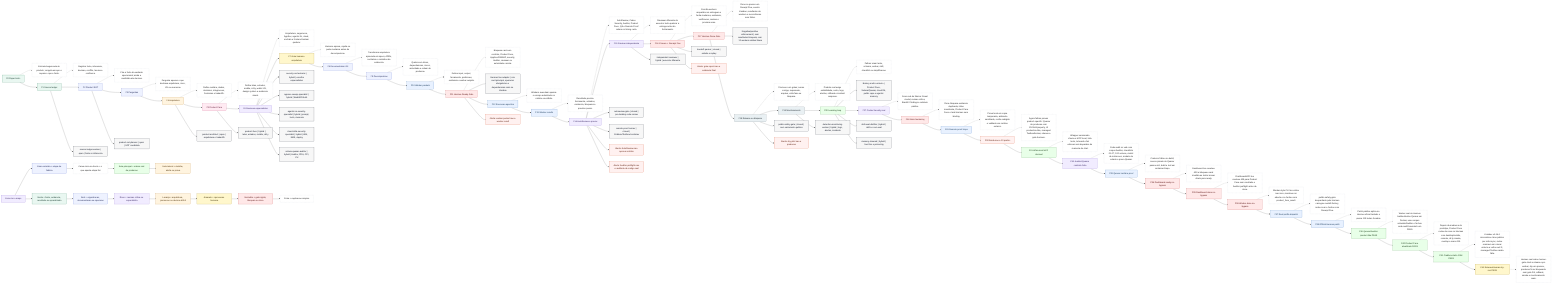
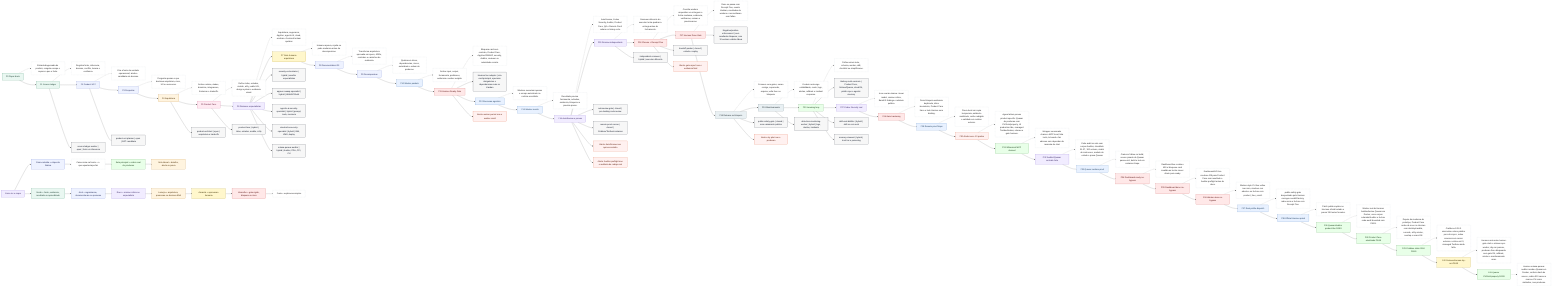
flowchart LR
  F0["F0 Paper bruto"]:::source
  F0D["Entrada baguncada do produto; congela escopo e separa o que e fonte."]:::desc
  F0 -.-> F0D
  F0 --> F1

  F1["F1 Source ledger"]:::source
  F1D["Registra fonte, inferencia, decisao, conflito, lacuna e confianca."]:::desc
  F1 -.-> F1D
  F1 --> F2

  F2["F2 Product SOT"]:::planning
  F2D["Cria a fonte da verdade operacional; ainda e candidata ate decisao."]:::desc
  F2 -.-> F2D
  F2 --> F3

  F3["F3 Perguntas"]:::planning
  F3D["Pergunta apenas o que destrava arquitetura, risco, UX ou execucao."]:::desc
  F3 -.-> F3D
  F3 --> F4

  F4["F4 Arquitetura"]:::architecture
  F4D["Define runtime, dados, dominios, integracoes, fronteiras e tradeoffs."]:::desc
  F4 -.-> F4D
  F4 --> F5

  F5["F5 Product Face"]:::face
  F5D["Define telas, estados, mobile, a11y, wallet UX, design system e evidencia visual."]:::desc
  F5 -.-> F5D
  F5 --> F6

  F6["F6 Revisoes especialistas"]:::review
  F6D["Arquitetura, seguranca, AppSec, agentic AI, cloud, onchain e frontend tentam quebrar."]:::desc
  F6 -.-> F6D
  F6 --> F7

  F7["F7 Gate humano arquitetura"]:::human
  F7D["Humano aprova, rejeita ou pede mudanca antes da decomposicao."]:::desc
  F7 -.-> F7D
  F7 --> F8

  F8["F8 Documentation OS"]:::planning
  F8D["Transforma arquitetura aprovada em specs, ADRs, contratos e caminhos de evidencia."]:::desc
  F8 -.-> F8D
  F8 --> F9

  F9["F9 Decomposicao"]:::planning
  F9D["Quebra em slices, dependencias, riscos, autoridade e ordem de producao."]:::desc
  F9 -.-> F9D
  F9 --> F10

  F10["F10 Worker packets"]:::execution
  F10D["Define input, output, ferramenta, proibicoes, evidencia e worker exigido."]:::desc
  F10 -.-> F10D
  F10 --> F11

  F11["F11 Hermes Ready Gate"]:::gate
  F11D["Bloqueia card sem contrato, Product Face, AppSec/OWASP, security, Auditor, reviewer ou autoridade correta."]:::desc
  F11 -.-> F11D
  F11 --> H1["Hermes live adapter | cria card principal, operarios obrigatorios e dependencias reais no Kanban"]:::worker
  F11 --> F12

  F12["F12 Execucao agentica"]:::execution
  F12D["Workers executam apenas o escopo autorizado no runtime escolhido."]:::desc
  F12 -.-> F12D
  F12 --> F13

  F13["F13 Worker results"]:::execution
  F13D["Resultado precisa ferramenta, achados, evidencia, bloqueios e proximo passo."]:::desc
  F13 -.-> F13D
  F13 --> F14

  F14["F14 AutoReview e provas"]:::review
  F14D["AutoReview, Codex Security, Auditor, Product Face, QA e Remote Proof rodam no timing certo."]:::desc
  F14 -.-> F14D
  F14 --> F15

  F15["F15 Revisao independente"]:::review
  F15D["Reviewer diferente do executor tenta quebrar a entrega antes do fechamento."]:::desc
  F15 -.-> F15D
  F15 --> F16

  F16["F16 Closure + Receipt Five"]:::gate
  F16D["Concilia workers requeridos vs entregues e fecha mudanca, evidencia, verificacao, revisao e proxima acao."]:::desc
  F16 -.-> F16D
  F16 --> F17

  F17["F17 Hermes Done Gate"]:::gate
  F17D["Done so passa com Receipt Five, evento Kanban, resultados de workers e reconciliacao sem faltas."]:::desc
  F17 -.-> F17D
  F17 --> H2["Negative/positive enforcement | sem resultados bloqueia; com 12 workers validos libera"]:::worker
  F17 --> F18

  F18["F18 Release ou bloqueio"]:::release
  F18D["Promove com gates; senao corrige, supersede, arquiva, volta fase ou bloqueia."]:::desc
  F18 -.-> F18D
  F18 --> F19

  F19["F19 Monitoramento"]:::release
  F19D["Produto real exige estabilidade, custo, logs, alertas, rollback e incident response."]:::desc
  F19 -.-> F19D
  F19 --> F20

  F20["F20 Learning loop"]:::learning
  F20D["Falhas viram teste, schema, worker, skill, checklist ou simplificacao."]:::desc
  F20 -.-> F20D
  F20 --> H3["Battery multi-contexto | Product Face, Solana/Quasar, cloud R4, public repo e agentic memory"]:::worker
  F20 --> F27

  F27["F27 Codex Security real"]:::review
  F27D["Scan real da fabrica: threat model, revisao critica, Bandit 0 findings e relatorio publico."]:::desc
  F27 -.-> F27D
  F27 --> F28

  F28["F28 Gate hardening"]:::gate
  F28D["Done bloqueia evidencia duplicada, inline inexistente, Product Face fraco e task Hermes sem binding."]:::desc
  F28 -.-> F28D
  F28 --> F29

  F29["F29 Remote proof limpo"]:::execution
  F29D["Prova local em copia temporaria, ambiente sanitizado, recibo redigido e validado em runtime externo."]:::desc
  F29 -.-> F29D
  F29 --> F30

  F30["F30 Ainda nao e 10 pratico"]:::alert
  F30D["Agora faltam provas product-specific: Quasar de producao com CU/fuzz/property, UI production-like, managed Testbox/broker, release e gate humano."]:::desc
  F30 -.-> F30D
  F30 --> F31

  F31["F31 Whimsical MCP duravel"]:::learning
  F31D["Wrapper versionado chama o MCP local, lista tools, le board e faz edicoes sem depender da memoria do chat."]:::desc
  F31 -.-> F31D
  F31 --> F32

  F32["F32 Auditor/Quasar contrato forte"]:::review
  F32D["Code audit so vale com corpus Auditor, checklists 01-07, 100 vetores, matriz de instrucoes, modelo de estado e prova Quasar."]:::desc
  F32 -.-> F32D
  F32 --> F33

  F33["F33 Quasar runtime proof"]:::execution
  F33D["Crates.io falhou no build; source pinado do Quasar passou init, build e test em container limpo."]:::desc
  F33 -.-> F33D
  F33 --> F34

  F34["F34 Dashboard ready no-bypass"]:::gate
  F34D["Dashboard live recebeu 409 e bloqueou card invalida ao tentar mover direto para ready."]:::desc
  F34 -.-> F34D
  F34 --> F35

  F35["F35 Dashboard done no-bypass"]:::gate
  F35D["Dashboard/API live recebeu 409 para Product Face sem resultado e Auditor preflight antes de done."]:::desc
  F35 -.-> F35D
  F35 --> F36

  F36["F36 Worker done no-bypass"]:::gate
  F36D["Worker-style CLI live voltou nao-zero, manteve run aberta e so fechou com product_face_result."]:::desc
  F36 -.-> F36D
  F36 --> F37

  F37["F37 Real profile dispatch"]:::execution
  F37D["public-safety-gate despachado pelo Hermes carregou overkill-factory, rodou scan e fechou com Receipt Five."]:::desc
  F37 -.-> F37D
  F37 --> F38

  F38["F38 Official Hermes patch"]:::execution
  F38D["Patch publico aplica no Hermes oficial testado e passa 119 testes focados."]:::desc
  F38 -.-> F38D
  F38 --> F39

  F39["F39 Quasar/Auditor product-like PASS"]:::learning
  F39D["Worker real do Hermes buildou/testou Quasar em Docker, usou corpus solanabr/Auditor e fechou code-audit bounded com PASS."]:::desc
  F39 -.-> F39D
  F39 --> F40

  F40["F40 Product Face atualizado PASS"]:::learning
  F40D["Depois da mudanca do prototipo, Product Face rodou de novo no Hermes com desktop/mobile, console, a11y smoke, overlap e scans OK."]:::desc
  F40 -.-> F40D
  F40 --> F41

  F41["F41 Crabbox static-SSH PASS"]:::learning
  F41D["Crabbox v0.26.0 sincronizou clone publico por ssh+rsync, rodou scanners em runner externo e voltou exit 0; managed Testbox ainda falta."]:::desc
  F41 -.-> F41D
  F41 --> F42

  F42["F42 Release/Human dry-run PASS"]:::human
  F42D["Hermes real rodou human-gate-clerk e release-ops-worker; dry-run passou, producao ficou bloqueada sem gate R4, rollback, smoke e monitoramento reais."]:::desc
  F42 -.-> F42D
+   F42 --> F43
+ 
+   F43["F43 Quasar CU/fuzz/property PASS"]:::learning
+   F43D["Hermes solana-quasar-auditor rerodou Quasar em Docker, conferiu hash do source, cobriu 513 casos e marcou CU como simbolico, nao producao."]:::desc
+   F43 -.-> F43D

  F1 --> W1["source-ledger-worker | open | fonte vs inferencia"]:::worker
  F2 --> W2["product-sot-planner | open | SOT candidata"]:::worker
  F4 --> W3["product-architect | open | arquitetura e tradeoffs"]:::worker
  F5 --> W4["product-face | hybrid | telas, estados, mobile, a11y"]:::worker
  F6 --> W5["security-orchestrator | hybrid | escolhe especialistas"]:::worker
  F6 --> W6["appsec-owasp-specialist | hybrid | Web/API/Auth"]:::worker
  F6 --> W7["agentic-ai-security-specialist | hybrid | prompt, tools, memoria"]:::worker
  F6 --> W8["cloud-infra-security-specialist | hybrid | IAM, KMS, deploy"]:::worker
  F6 --> W9["solana-quasar-auditor | hybrid | Auditor, PDA, CPI, CU"]:::worker
  F14 --> W10["autoreview-gate | closed | pre-landing code review"]:::worker
  F14 --> W11["remote-proof-runner | closed | Crabbox/Testbox/container"]:::worker
  F15 --> W12["independent-reviewer | hybrid | executor diferente"]:::worker
  F16 --> W13["handoff-packer | closed | estado e replay"]:::worker
  F18 --> W14["public-safety-gate | closed | sem vazamento publico"]:::worker
  F19 --> W15["detection-monitoring-worker | hybrid | logs, alertas, incidente"]:::worker
  F20 --> W16["skill-eval-distiller | hybrid | skill so com eval"]:::worker
  F20 --> W17["memory-steward | hybrid | trust tier e poisoning"]:::worker

  F11 --> A1["Alerta: worker packet nao e worker result"]:::alert
  F16 --> A2["Alerta: gate report nao e evidencia final"]:::alert
  F14 --> A3["Alerta: AutoReview nao aprova sozinho"]:::alert
  F14 --> A4["Alerta: Auditor preflight nao e auditoria de codigo real"]:::alert
  F18 --> A5["Alerta: dry pilot nao e producao"]:::alert

  LEGEND0["Como ler o mapa"]:::review
  LEGEND1["Caixa colorida = etapa da fabrica"]:::planning
  LEGEND2["Caixa cinza na frente = o que aquela etapa faz"]:::desc
  LEGEND3["Seta principal = ordem real de producao"]:::learning
  LEGEND4["Seta lateral = detalhe, alerta ou prova"]:::architecture
  LEGEND5["Verde = fonte, evidencia, resultado ou aprendizado"]:::source
  LEGEND6["Azul = organizacao, documentacao ou operacao"]:::planning
  LEGEND7["Roxo = revisao critica ou especialista"]:::review
  LEGEND8["Laranja = arquitetura, promocao ou decisao dificil"]:::architecture
  LEGEND9["Amarelo = aprovacao humana"]:::human
  LEGEND10["Vermelho = gate rigido, bloqueio ou risco"]:::gate
  LEGEND11["Prata = explicacao simples"]:::desc

  LEGEND0 --> LEGEND1 --> LEGEND2 --> LEGEND3 --> LEGEND4
  LEGEND0 --> LEGEND5 --> LEGEND6 --> LEGEND7 --> LEGEND8 --> LEGEND9 --> LEGEND10 --> LEGEND11

  classDef source fill:#e9f7f1,stroke:#217a54,color:#12372a;
  classDef planning fill:#eef2ff,stroke:#4f63c6,color:#1c2455;
  classDef architecture fill:#fff4df,stroke:#b36b00,color:#4a2d00;
  classDef face fill:#ffeaf2,stroke:#c23b72,color:#5f1735;
  classDef review fill:#f1ecff,stroke:#7656c9,color:#33215f;
  classDef human fill:#fff7cc,stroke:#9b7a00,color:#3d3000;
  classDef execution fill:#e8f1ff,stroke:#2e6db5,color:#173858;
  classDef gate fill:#ffe8e8,stroke:#bf3434,color:#5a1111;
  classDef release fill:#e9f0f3,stroke:#51626b,color:#202b30;
  classDef learning fill:#e8ffe8,stroke:#3b8b3b,color:#173d17;
  classDef desc fill:#ffffff,stroke:#aab3bd,color:#222222,stroke-dasharray: 3 3;
  classDef worker fill:#f7f7f7,stroke:#111827,color:#111827;
  classDef alert fill:#fff1f0,stroke:#d4380d,color:#5c1a08;
